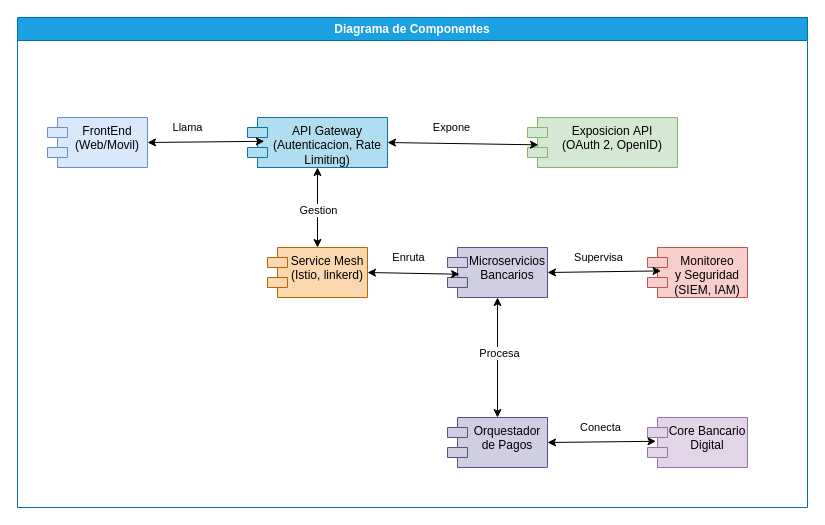
Above: page "C4-Comp" (3 of 3) of c4_diagrams.drawio in davidguillermofg/arch (draw.io), before the change. Source tidied: cells renumbered, new cells numbered last; positions are measured from the earlier drawing's top-left corner, leaving out a move shared by most shapes. Both pictures are drawn from the tidied source at 100%, with x=0, y=0 at pixel (17, 17).
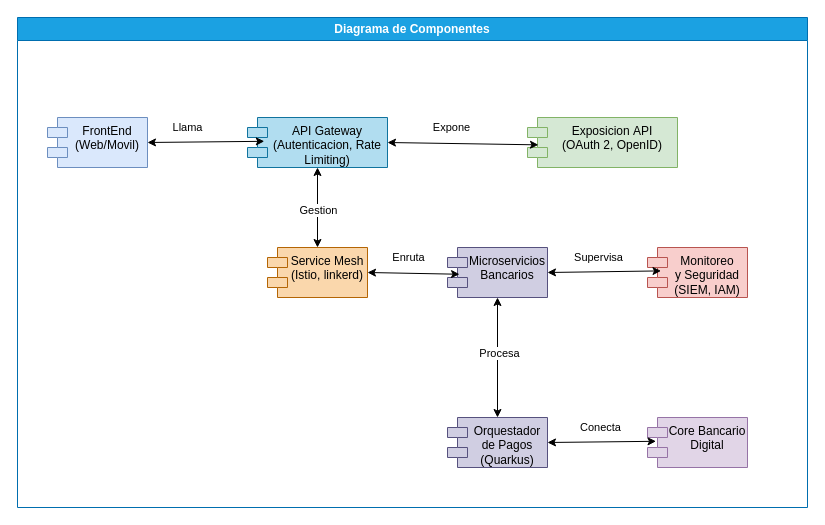
Above is the later version.

Unchanged cells that the change refers to:
```xml
<mxCell id="2" value="Diagrama de Componentes" style="swimlane;whiteSpace=wrap;html=1;fillColor=#1ba1e2;strokeColor=#006EAF;fontColor=#ffffff;" parent="1" vertex="1">
  <mxGeometry width="790" height="490" as="geometry" />
</mxCell>
```

Change to the diagram source:
```diff
@@
-    <mxCell id="13" value="Orquestador&lt;div&gt;de Pagos&lt;/div&gt;" style="shape=module;align=left;spacingLeft=20;align=center;verticalAlign=top;whiteSpace=wrap;html=1;fillColor=#d0cee2;strokeColor=#56517e;" parent="2" vertex="1">
+    <mxCell id="13" value="Orquestador&lt;div&gt;de Pagos&lt;/div&gt;&lt;div&gt;(Quarkus)&lt;/div&gt;" style="shape=module;align=left;spacingLeft=20;align=center;verticalAlign=top;whiteSpace=wrap;html=1;fillColor=#d0cee2;strokeColor=#56517e;" parent="2" vertex="1">
       <mxGeometry x="430" y="400" width="100" height="50" as="geometry" />
     </mxCell>
```
